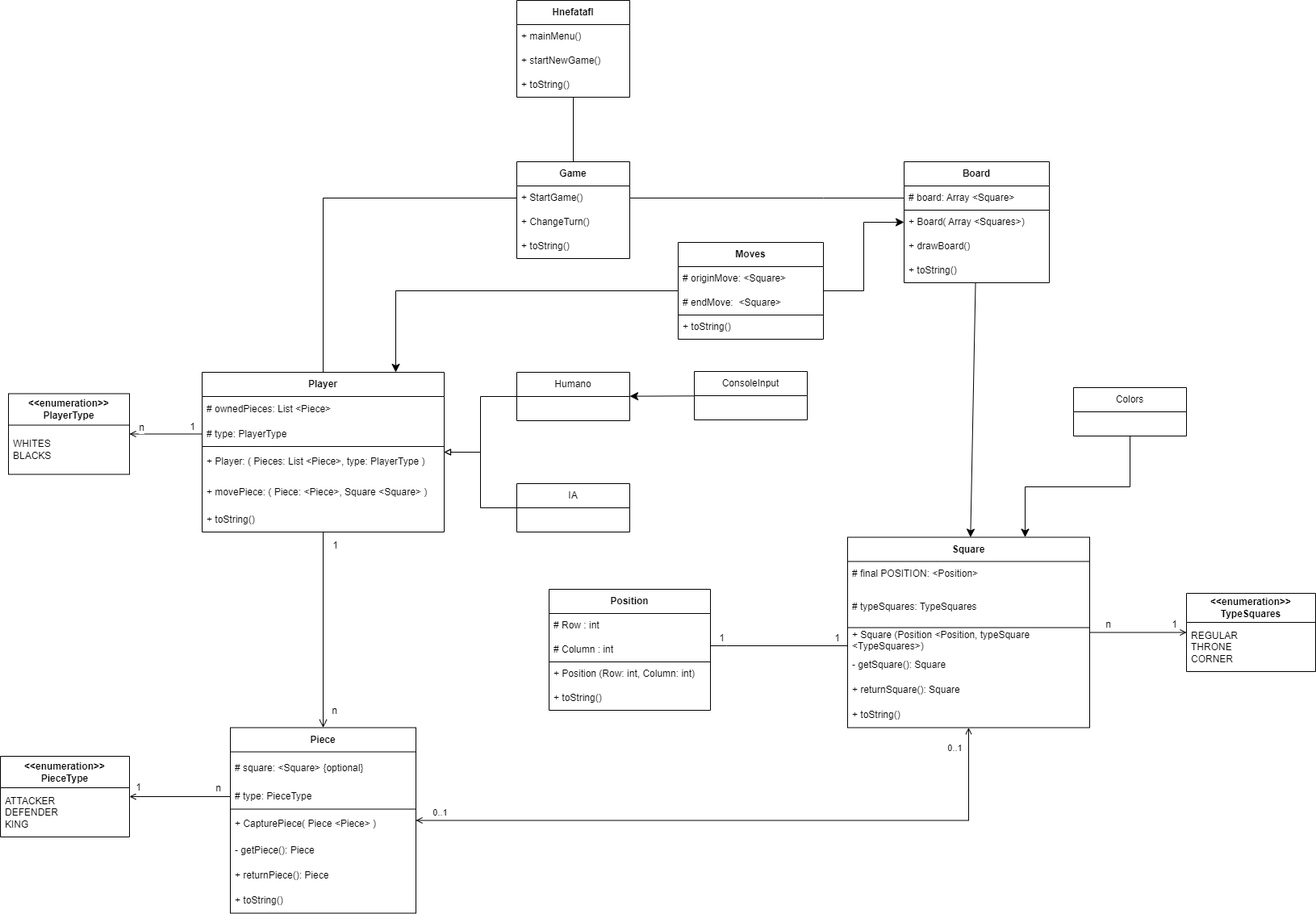
Before: diagrams/ClassDiagram.drawio.png, a diagram exported from draw.io (jvazmor497/Hnefatafl). Source tidied: cells renumbered, new cells last; positions are measured from the earlier drawing's top-left corner, leaving out a move shared by most shapes.
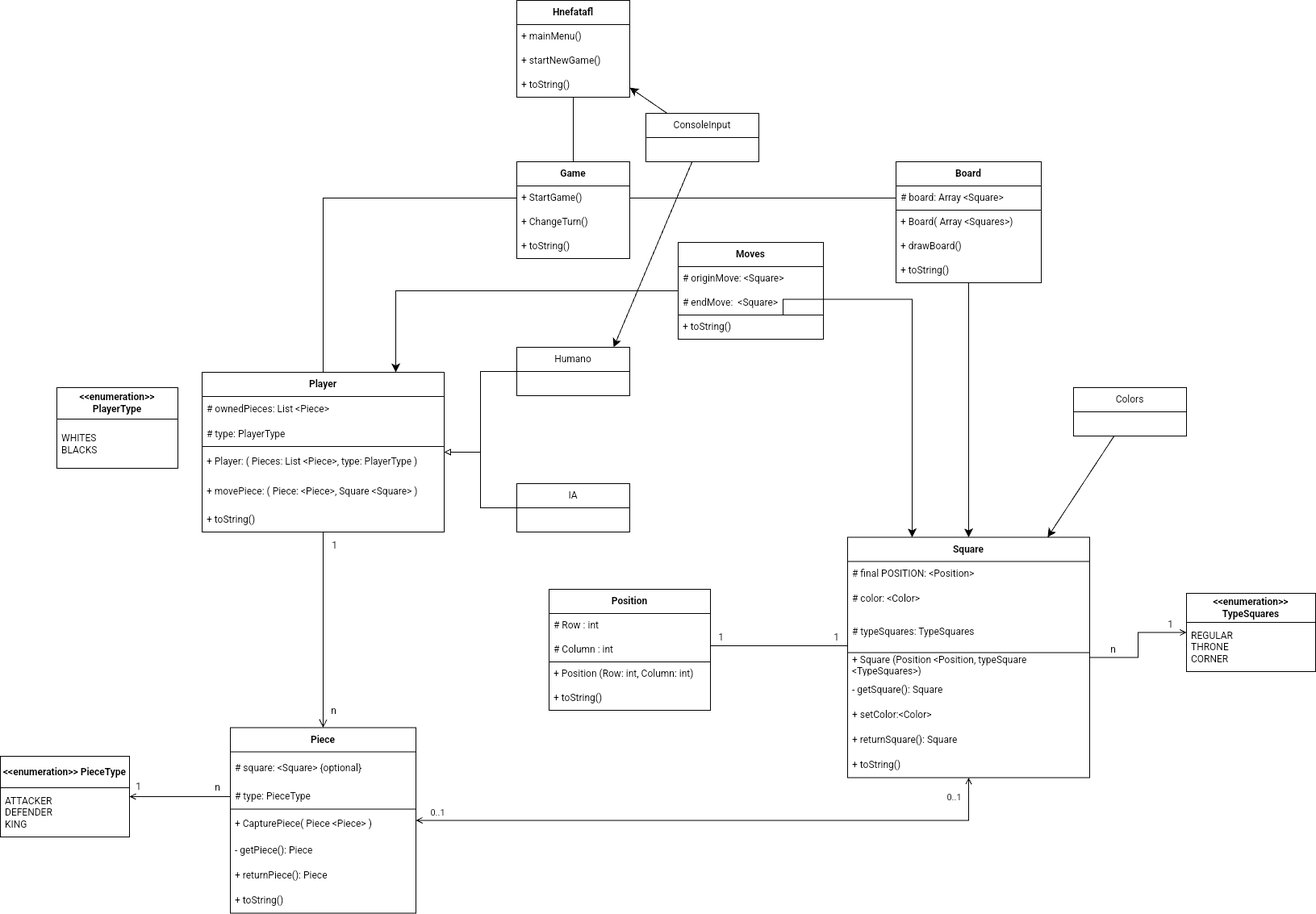
After the commit.

Change to the diagram source:
```diff
@@ -6,7 +6,7 @@
       <mxGeometry relative="1" as="geometry" />
     </mxCell>
     <mxCell id="3" value="&lt;b&gt;Board&lt;/b&gt;" style="swimlane;fontStyle=0;horizontal=1;startSize=30;whiteSpace=wrap;html=1;flipH=1;" parent="1" vertex="1">
-      <mxGeometry x="1120" y="200" width="180" height="150" as="geometry" />
+      <mxGeometry x="1110" y="200" width="180" height="150" as="geometry" />
     </mxCell>
     <mxCell id="4" value="# board: Array &amp;lt;Square&amp;gt;" style="text;strokeColor=none;fillColor=none;align=left;verticalAlign=middle;spacingLeft=4;spacingRight=4;overflow=hidden;whiteSpace=wrap;html=1;" parent="3" vertex="1">
       <mxGeometry y="30" width="180" height="30" as="geometry" />
@@ -145,28 +145,43 @@
       <mxGeometry y="90" width="140" height="30" as="geometry" />
     </mxCell>
     <mxCell id="41" value="&lt;b&gt;Square&lt;/b&gt;" style="swimlane;fontStyle=0;horizontal=1;startSize=30;whiteSpace=wrap;html=1;points=[[0,0,0,0,0],[0,0.25,0,0,0],[0,0.5,0,0,0],[0,0.75,0,0,0],[0,1,0,0,0],[0.25,0,0,0,0],[0.25,1,0,0,0],[0.5,0,0,0,0],[0.5,1,0,0,0],[0.75,0,0,0,0],[0.75,1,0,0,0],[1,0,0,0,0],[1,0.25,0,0,0],[1,0.5,0,0,0],[1,0.75,0,0,0],[1,1,0,0,0]];" parent="1" vertex="1">
-      <mxGeometry x="1050" y="665.5" width="300" height="236" as="geometry" />
+      <mxGeometry x="1050" y="665.5" width="300" height="298" as="geometry" />
     </mxCell>
+    <mxCell id="83" style="edgeStyle=orthogonalEdgeStyle;rounded=0;jettySize=auto;html=1;fontSize=12;startSize=8;endSize=8;" parent="41" edge="1" target="41">
+      <mxGeometry relative="1" as="geometry">
+        <mxPoint x="-80" y="-275.5" as="sourcePoint" />
+        <Array as="points">
+          <mxPoint x="-80" y="-295" />
+          <mxPoint x="80" y="-295" />
+        </Array>
+      </mxGeometry>
+    </mxCell>
     <mxCell id="42" value="# final POSITION: &amp;lt;Position&amp;gt;" style="text;strokeColor=none;fillColor=none;align=left;verticalAlign=middle;spacingLeft=4;spacingRight=4;overflow=hidden;whiteSpace=wrap;html=1;" parent="41" vertex="1">
       <mxGeometry y="30" width="300" height="31" as="geometry" />
     </mxCell>
+    <mxCell id="88" value="# color: &amp;lt;Color&amp;gt;" style="text;strokeColor=none;fillColor=none;align=left;verticalAlign=middle;spacingLeft=4;spacingRight=4;overflow=hidden;whiteSpace=wrap;html=1;" parent="41" vertex="1">
+      <mxGeometry y="61" width="300" height="31" as="geometry" />
+    </mxCell>
     <mxCell id="43" value="# t&lt;span style=&quot;text-align: center;&quot;&gt;ypeSquares: TypeSquares&lt;/span&gt;" style="text;strokeColor=none;fillColor=none;align=left;verticalAlign=middle;spacingLeft=4;spacingRight=4;overflow=hidden;whiteSpace=wrap;html=1;" parent="41" vertex="1">
-      <mxGeometry y="61" width="300" height="51" as="geometry" />
+      <mxGeometry y="92" width="300" height="51" as="geometry" />
     </mxCell>
     <mxCell id="44" value="+ Square (Position &amp;lt;Position, typeSquare &amp;lt;TypeSquares&amp;gt;)" style="text;strokeColor=none;fillColor=none;align=left;verticalAlign=middle;spacingLeft=4;spacingRight=4;overflow=hidden;points=[[0,0,0,0,0],[0,0.5,0,0,0],[1,0,0,0,0],[1,0.5,0,0,0]];portConstraint=eastwest;whiteSpace=wrap;html=1;" parent="41" vertex="1">
-      <mxGeometry y="112" width="300" height="31" as="geometry" />
+      <mxGeometry y="143" width="300" height="31" as="geometry" />
     </mxCell>
     <mxCell id="45" style="endArrow=none;html=1;rounded=0;fontFamily=Helvetica;fontSize=12;fontColor=default;entryX=1;entryY=0;entryDx=0;entryDy=0;entryPerimeter=0;exitX=0;exitY=0;exitDx=0;exitDy=0;exitPerimeter=0;" parent="41" edge="1" source="44" target="44">
       <mxGeometry relative="1" as="geometry" />
     </mxCell>
     <mxCell id="46" value="- getSquare(): Square" style="text;strokeColor=none;fillColor=none;align=left;verticalAlign=middle;spacingLeft=4;spacingRight=4;overflow=hidden;whiteSpace=wrap;html=1;" parent="41" vertex="1">
-      <mxGeometry y="143" width="300" height="31" as="geometry" />
+      <mxGeometry y="174" width="300" height="31" as="geometry" />
     </mxCell>
+    <mxCell id="89" value="+ setColor:&amp;lt;Color&amp;gt;" style="text;strokeColor=none;fillColor=none;align=left;verticalAlign=middle;spacingLeft=4;spacingRight=4;overflow=hidden;whiteSpace=wrap;html=1;" parent="41" vertex="1">
+      <mxGeometry y="205" width="300" height="31" as="geometry" />
+    </mxCell>
     <mxCell id="47" value="+ returnSquare(): Square" style="text;strokeColor=none;fillColor=none;align=left;verticalAlign=middle;spacingLeft=4;spacingRight=4;overflow=hidden;whiteSpace=wrap;html=1;" parent="41" vertex="1">
-      <mxGeometry y="174" width="300" height="31" as="geometry" />
+      <mxGeometry y="236" width="300" height="31" as="geometry" />
     </mxCell>
     <mxCell id="48" value="+ toString()" style="text;strokeColor=none;fillColor=none;align=left;verticalAlign=middle;spacingLeft=4;spacingRight=4;overflow=hidden;whiteSpace=wrap;html=1;" parent="41" vertex="1">
-      <mxGeometry y="205" width="300" height="31" as="geometry" />
+      <mxGeometry y="267" width="300" height="31" as="geometry" />
     </mxCell>
     <mxCell id="49" value="&lt;b&gt;Position&lt;/b&gt;" style="swimlane;fontStyle=0;horizontal=1;startSize=30;whiteSpace=wrap;html=1;" parent="1" vertex="1">
       <mxGeometry x="680" y="730" width="200" height="150" as="geometry" />
@@ -218,27 +233,14 @@
     <mxCell id="62" value="&lt;div&gt;REGULAR&lt;/div&gt;&lt;div&gt;THRONE&lt;/div&gt;&lt;div&gt;CORNER&lt;/div&gt;" style="text;strokeColor=none;fillColor=none;align=left;verticalAlign=middle;spacingLeft=4;spacingRight=4;overflow=hidden;whiteSpace=wrap;html=1;" parent="61" vertex="1">
       <mxGeometry y="36" width="160" height="61" as="geometry" />
     </mxCell>
-    <mxCell id="63" style="rounded=0;jettySize=auto;html=1;fontFamily=Helvetica;fontSize=12;fontColor=default;endArrow=open;endFill=0;" parent="1" edge="1" source="29" target="66">
-      <mxGeometry relative="1" as="geometry" />
-    </mxCell>
-    <mxCell id="64" value="1" style="edgeLabel;html=1;align=center;verticalAlign=middle;strokeColor=default;fontFamily=Helvetica;fontSize=12;fontColor=default;fontStyle=0;fillColor=default;" parent="63" vertex="1">
-      <mxGeometry x="-0.72" relative="1" as="geometry">
-        <mxPoint y="-9" as="offset" />
-      </mxGeometry>
-    </mxCell>
-    <mxCell id="65" value="n" style="edgeLabel;html=1;align=center;verticalAlign=middle;strokeColor=default;fontFamily=Helvetica;fontSize=12;fontColor=default;fontStyle=0;fillColor=default;" parent="63" vertex="1">
-      <mxGeometry x="0.69" y="1" relative="1" as="geometry">
-        <mxPoint y="-9" as="offset" />
-      </mxGeometry>
-    </mxCell>
     <mxCell id="66" value="&lt;b&gt;&amp;lt;&amp;lt;enumeration&amp;gt;&amp;gt; PlayerType&lt;/b&gt;" style="swimlane;fontStyle=0;horizontal=1;startSize=39;whiteSpace=wrap;html=1;" parent="1" vertex="1">
-      <mxGeometry x="10" y="487.5" width="150" height="100" as="geometry" />
+      <mxGeometry x="70" y="480" width="150" height="100" as="geometry" />
     </mxCell>
     <mxCell id="67" value="WHITES&lt;div&gt;BLACKS&lt;/div&gt;" style="text;strokeColor=none;fillColor=none;align=left;verticalAlign=middle;spacingLeft=4;spacingRight=4;overflow=hidden;whiteSpace=wrap;html=1;" parent="66" vertex="1">
       <mxGeometry y="39" width="150" height="61" as="geometry" />
     </mxCell>
     <mxCell id="68" value="Humano" style="swimlane;fontStyle=0;horizontal=1;startSize=30;whiteSpace=wrap;html=1;" parent="1" vertex="1">
-      <mxGeometry x="640" y="461" width="140" height="60" as="geometry" />
+      <mxGeometry x="640" y="430" width="140" height="60" as="geometry" />
     </mxCell>
     <mxCell id="69" value="IA" style="swimlane;fontStyle=0;horizontal=1;startSize=30;whiteSpace=wrap;html=1;" parent="1" vertex="1">
       <mxGeometry x="640" y="599" width="140" height="60" as="geometry" />
@@ -289,25 +291,20 @@
     <mxCell id="82" value="+ toString()" style="text;strokeColor=none;fillColor=none;align=left;verticalAlign=middle;spacingLeft=4;spacingRight=4;overflow=hidden;whiteSpace=wrap;html=1;" parent="78" vertex="1">
       <mxGeometry y="90" width="180" height="30" as="geometry" />
     </mxCell>
-    <mxCell id="83" style="edgeStyle=orthogonalEdgeStyle;rounded=0;jettySize=auto;html=1;fontSize=12;startSize=8;endSize=8;" parent="1" edge="1" source="78" target="3">
-      <mxGeometry relative="1" as="geometry" />
-    </mxCell>
-    <mxCell id="84" style="edgeStyle=none;curved=1;rounded=0;jettySize=auto;html=1;fontSize=12;startSize=8;endSize=8;" parent="1" edge="1" source="85" target="68">
-      <mxGeometry relative="1" as="geometry" />
-    </mxCell>
+    <mxCell id="90" style="edgeStyle=none;curved=1;rounded=0;jettySize=auto;html=1;fontSize=12;startSize=8;endSize=8;" parent="1" edge="1" source="85" target="72">
+      <mxGeometry relative="1" as="geometry" />
+    </mxCell>
     <mxCell id="85" value="ConsoleInput" style="swimlane;fontStyle=0;horizontal=1;startSize=30;whiteSpace=wrap;html=1;" parent="1" vertex="1">
-      <mxGeometry x="860" y="460" width="140" height="60" as="geometry" />
+      <mxGeometry x="800" y="140" width="140" height="60" as="geometry" />
     </mxCell>
-    <mxCell id="86" style="edgeStyle=orthogonalEdgeStyle;rounded=0;jettySize=auto;html=1;fontSize=12;startSize=8;endSize=8;" parent="1" edge="1" source="87" target="41">
-      <mxGeometry relative="1" as="geometry">
-        <Array as="points">
-          <mxPoint x="1400" y="603" />
-          <mxPoint x="1270" y="603" />
-        </Array>
-      </mxGeometry>
+    <mxCell id="86" style="edgeStyle=none;curved=1;rounded=0;jettySize=auto;html=1;fontSize=12;startSize=8;endSize=8;" parent="1" edge="1" source="87" target="41">
+      <mxGeometry relative="1" as="geometry" />
     </mxCell>
     <mxCell id="87" value="Colors" style="swimlane;fontStyle=0;horizontal=1;startSize=30;whiteSpace=wrap;html=1;" parent="1" vertex="1">
       <mxGeometry x="1330" y="480" width="140" height="60" as="geometry" />
     </mxCell>
+    <mxCell id="84" style="edgeStyle=none;curved=1;rounded=0;jettySize=auto;html=1;entryX=0.857;entryY=0;entryDx=0;entryDy=0;entryPerimeter=0;fontSize=12;startSize=8;endSize=8;" parent="1" edge="1" source="85" target="68">
+      <mxGeometry relative="1" as="geometry" />
+    </mxCell>
   </root>
 </mxGraphModel>
```
